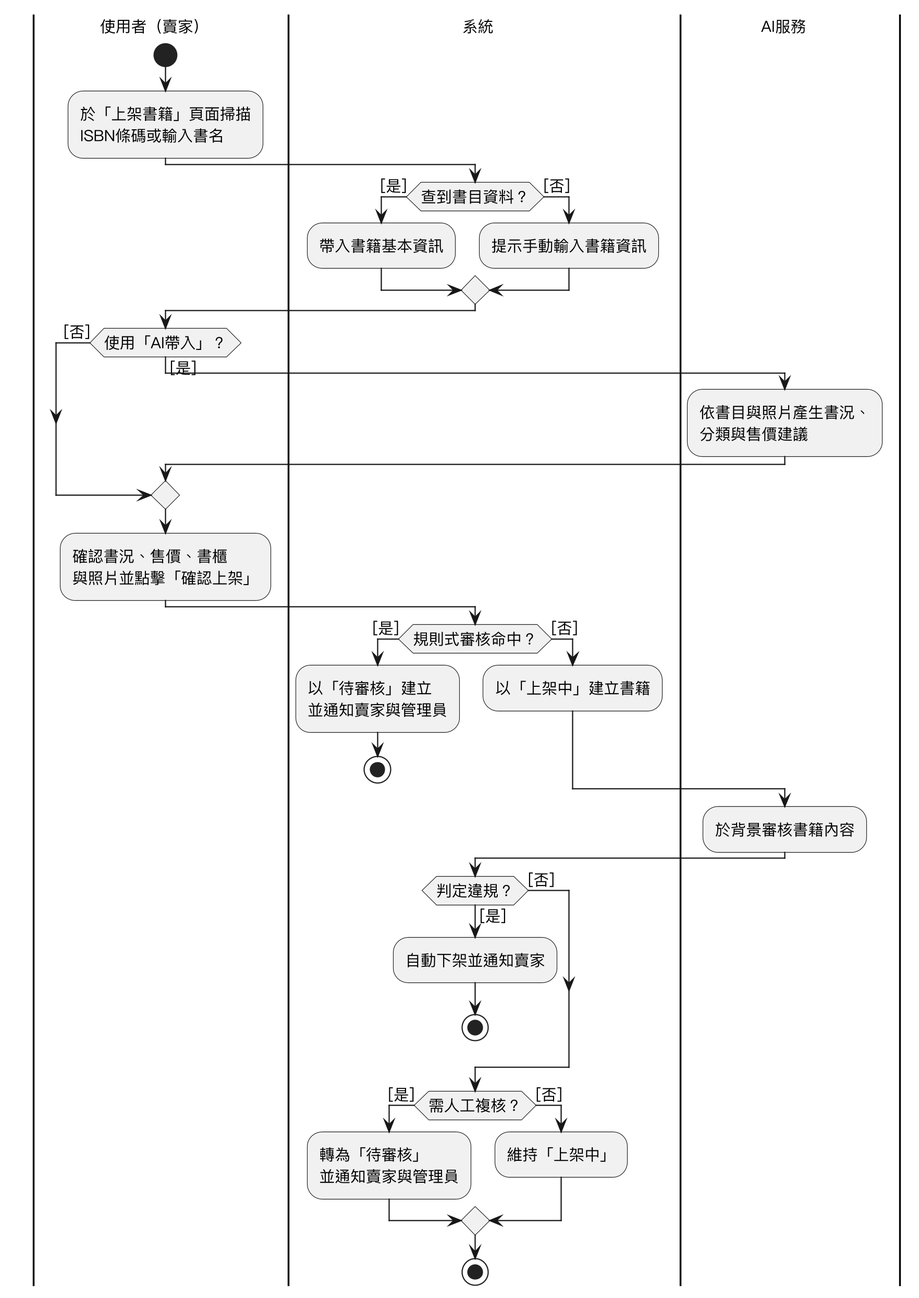
Above: Diagrams/Activity diagram/v3/uc01.png in SaveMyBook/SaveMyBook (PlantUML), before the change. Source of this version:
```plantuml
@startuml
skinparam monochrome true
skinparam shadowing false
skinparam dpi 220
skinparam defaultFontName "PingFang TC"
skinparam defaultFontSize 13
skinparam swimlaneWidth same
|使用者（賣家）|
start
:於「上架書籍」頁面掃描\nISBN條碼或輸入書名;
|系統|
if (查到書目資料？) then ([是])
  :帶入書籍基本資訊;
else ([否])
  :提示手動輸入書籍資訊;
endif
|使用者（賣家）|
if (使用「AI帶入」？) then ([是])
  |AI服務|
  :依書目與照片產生書況、\n分類與售價建議;
else ([否])
endif
|使用者（賣家）|
:確認書況、售價、書櫃\n與照片並點擊「確認上架」;
|系統|
if (規則式審核命中？) then ([是])
  :以「待審核」建立\n並通知賣家與管理員;
  stop
else ([否])
  :以「上架中」建立書籍;
endif
|AI服務|
:於背景審核書籍內容;
|系統|
if (判定違規？) then ([是])
  :自動下架並通知賣家;
  stop
else ([否])
endif
if (需人工複核？) then ([是])
  :轉為「待審核」\n並通知賣家與管理員;
else ([否])
  :維持「上架中」;
endif
stop
@enduml
```
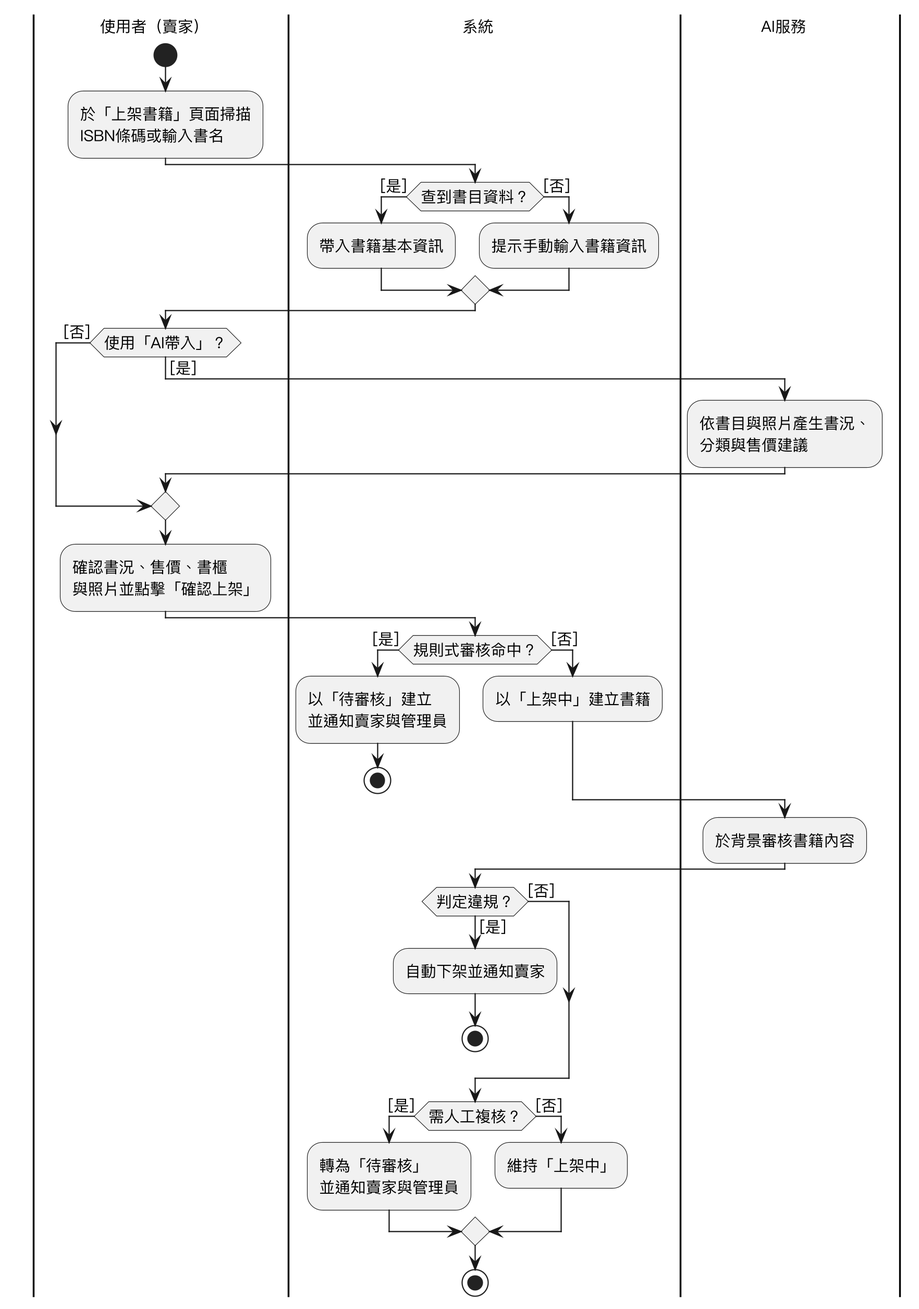
Above is the later version.

Diff of the diagram source:
```diff
@@ -15,7 +15,7 @@
   :提示手動輸入書籍資訊;
 endif
 |使用者（賣家）|
-if (使用「AI帶入」？) then ([是])
+if (使用「AI帶入」？) then ([是]\n)
   |AI服務|
   :依書目與照片產生書況、\n分類與售價建議;
 else ([否])
```
